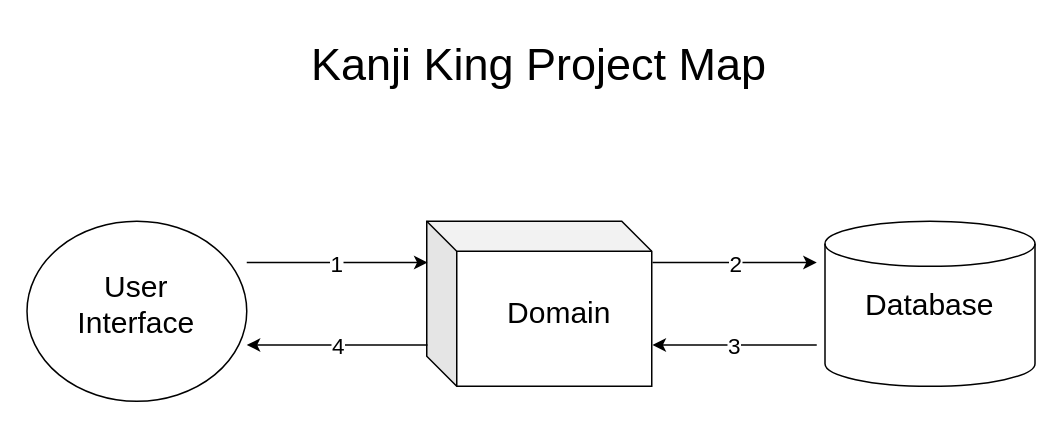
Above: page "ProjectMap" (1 of 4) of Docs/ProjectMap.drawio in NGDeveloper125/KanjiKing (draw.io), before the change. Source tidied: cells renumbered, new cells numbered last; positions are measured from the earlier drawing's top-left corner, leaving out a move shared by most shapes. Both pictures are drawn from the tidied source at 150%, with x=0, y=0 at pixel (27, 26).
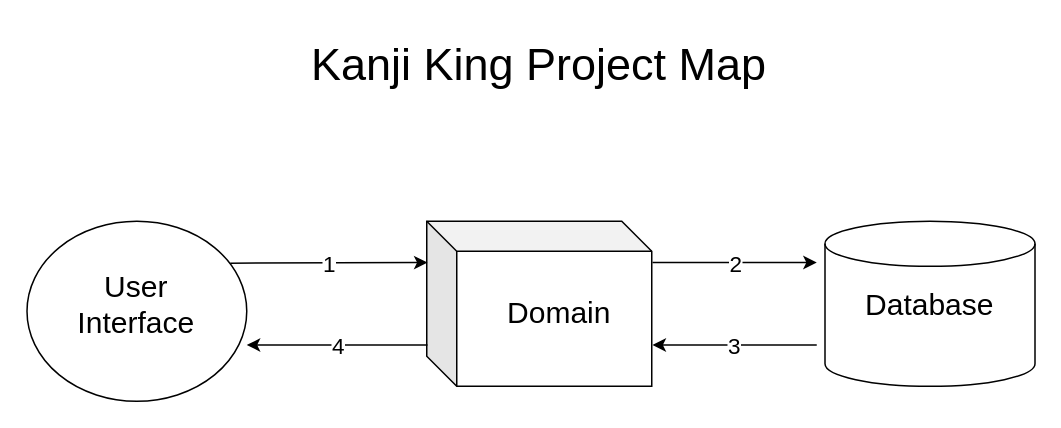
The same diagram, later.

Change to the diagram source:
```diff
@@
 <mxGraphModel>
   <root>
     <mxCell id="0" />
     <mxCell id="1" parent="0" />
     <mxCell id="2" style="shape=cube;whiteSpace=wrap;html=1;boundedLbl=1;backgroundOutline=1;darkOpacity=0.05;darkOpacity2=0.1;fontSize=15;" parent="1" vertex="1">
       <mxGeometry x="266" y="130" width="150" height="110" as="geometry" />
     </mxCell>
     <mxCell id="3" style="ellipse;whiteSpace=wrap;html=1;fontSize=15;" parent="1" vertex="1">
       <mxGeometry x="-0.5" y="130" width="146.5" height="120" as="geometry" />
     </mxCell>
     <mxCell id="4" style="shape=cylinder3;whiteSpace=wrap;html=1;boundedLbl=1;backgroundOutline=1;size=15;fontSize=15;" parent="1" vertex="1">
       <mxGeometry x="531.5" y="130" width="140" height="110" as="geometry" />
     </mxCell>
     <mxCell id="5" value="Kanji King Project Map" style="text;html=1;strokeColor=none;fillColor=none;align=center;verticalAlign=middle;whiteSpace=wrap;rounded=0;fontSize=30;" parent="1" vertex="1">
       <mxGeometry x="156" width="370" height="50" as="geometry" />
     </mxCell>
-    <mxCell id="6" value="1" style="edgeStyle=none;html=1;entryX=0;entryY=0.25;entryDx=0;entryDy=0;fontSize=15;exitX=1;exitY=0.25;exitDx=0;exitDy=0;" parent="1" edge="1">
+    <mxCell id="6" value="1" style="edgeStyle=none;html=1;entryX=0;entryY=0.25;entryDx=0;entryDy=0;fontSize=15;exitX=0.925;exitY=0.233;exitDx=0;exitDy=0;exitPerimeter=0;" parent="1" edge="1" source="3">
       <mxGeometry relative="1" as="geometry">
-        <mxPoint x="146" y="157.5" as="sourcePoint" />
         <mxPoint x="266.5" y="157.5" as="targetPoint" />
       </mxGeometry>
     </mxCell>
     <mxCell id="7" value="User Interface" style="text;html=1;strokeColor=none;fillColor=none;align=center;verticalAlign=middle;whiteSpace=wrap;rounded=0;fontSize=20;" parent="1" vertex="1">
       <mxGeometry x="24.2" y="145" width="97" height="80" as="geometry" />
     </mxCell>
     <mxCell id="8" value="2" style="edgeStyle=none;html=1;entryX=0;entryY=0.25;entryDx=0;entryDy=0;fontSize=15;exitX=1;exitY=0.25;exitDx=0;exitDy=0;" parent="1" edge="1">
       <mxGeometry relative="1" as="geometry">
         <mxPoint x="416.5" y="157.5" as="sourcePoint" />
         <mxPoint x="526" y="157.5" as="targetPoint" />
       </mxGeometry>
     </mxCell>
     <mxCell id="9" value="4" style="edgeStyle=none;html=1;entryX=1;entryY=0.75;entryDx=0;entryDy=0;fontSize=15;exitX=0;exitY=0.75;exitDx=0;exitDy=0;" parent="1" edge="1">
       <mxGeometry relative="1" as="geometry">
         <mxPoint x="266.5" y="212.5" as="sourcePoint" />
         <mxPoint x="146" y="212.5" as="targetPoint" />
       </mxGeometry>
     </mxCell>
     <mxCell id="10" value="Domain" style="text;html=1;strokeColor=none;fillColor=none;align=center;verticalAlign=middle;whiteSpace=wrap;rounded=0;fontSize=20;" parent="1" vertex="1">
       <mxGeometry x="306" y="150" width="97" height="80" as="geometry" />
     </mxCell>
     <mxCell id="11" value="3" style="edgeStyle=none;html=1;entryX=1;entryY=0.75;entryDx=0;entryDy=0;fontSize=15;exitX=0;exitY=0.75;exitDx=0;exitDy=0;" parent="1" edge="1">
       <mxGeometry relative="1" as="geometry">
         <mxPoint x="526" y="212.5" as="sourcePoint" />
         <mxPoint x="416.5" y="212.5" as="targetPoint" />
       </mxGeometry>
     </mxCell>
     <mxCell id="12" value="Database" style="text;html=1;strokeColor=none;fillColor=none;align=center;verticalAlign=middle;whiteSpace=wrap;rounded=0;fontSize=20;" parent="1" vertex="1">
       <mxGeometry x="553" y="145" width="97" height="80" as="geometry" />
     </mxCell>
   </root>
 </mxGraphModel>
```
